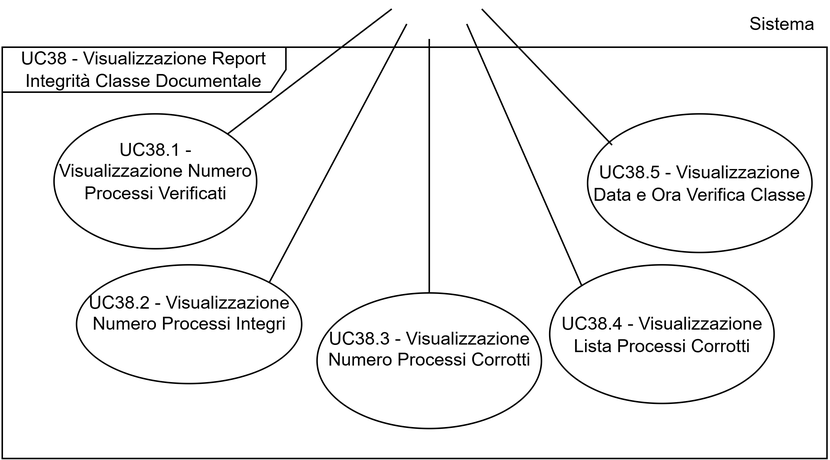
This is assets/uml/IncUC38.png from 7-ZPUs/Docs, a draw.io export, as it was before one commit. Source tidied: cells renumbered, new cells last; positions are measured from the earlier drawing's top-left corner, leaving out a move shared by most shapes.
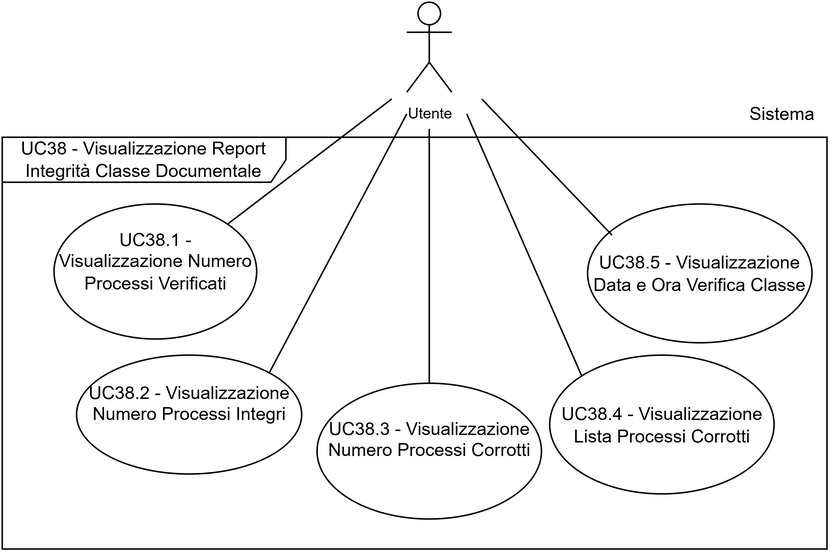
Later version of the same file.

Commit message:
modifica diagrammi

Diff of the diagram source:
```diff
@@ -10,43 +10,46 @@
         <mxPoint x="259.5" y="4.5" as="sourcePoint" />
       </mxGeometry>
     </mxCell>
-    <mxCell id="4" value="UC38 - Visualizzazione Report Integrità Classe Documentale" style="shape=umlFrame;whiteSpace=wrap;html=1;width=189;height=30;" parent="1" vertex="1">
-      <mxGeometry y="30" width="549.5" height="274.5" as="geometry" />
+    <mxCell id="4" value="&lt;font style=&quot;font-size: 10px;&quot;&gt;Utente&lt;/font&gt;" style="shape=umlActor;verticalLabelPosition=bottom;verticalAlign=top;html=1;" parent="1" vertex="1">
+      <mxGeometry x="269.5" y="-60" width="30" height="60" as="geometry" />
     </mxCell>
-    <mxCell id="5" value=" UC38.2 - Visualizzazione Numero Processi Integri&lt;div&gt;&lt;br/&gt;&lt;/div&gt;" style="ellipse;whiteSpace=wrap;html=1;" parent="1" vertex="1">
-      <mxGeometry x="49.5" y="175.2" width="150" height="79.2" as="geometry" />
+    <mxCell id="5" value="UC38 - Visualizzazione Report Integrità Classe Documentale" style="shape=umlFrame;whiteSpace=wrap;html=1;width=189;height=30;" parent="1" vertex="1">
+      <mxGeometry y="30" width="549.5" height="274.5" as="geometry" />
     </mxCell>
-    <mxCell id="6" style="rounded=0;jettySize=auto;html=1;entryX=1;entryY=0;entryDx=0;entryDy=0;strokeColor=default;endArrow=none;endFill=0;" parent="1" edge="1" target="5">
-      <mxGeometry relative="1" as="geometry">
-        <mxPoint x="269.5" y="14.5" as="sourcePoint" />
-      </mxGeometry>
+    <mxCell id="6" value=" UC38.2 - Visualizzazione Numero Processi Integri&lt;div&gt;&lt;br/&gt;&lt;/div&gt;" style="ellipse;whiteSpace=wrap;html=1;" parent="1" vertex="1">
+      <mxGeometry x="49.5" y="175.2" width="150" height="79.2" as="geometry" />
     </mxCell>
-    <mxCell id="7" value="UC38.3 - Visualizzazione Numero Processi Corrotti&lt;div&gt;&lt;br/&gt;&lt;/div&gt;" style="ellipse;whiteSpace=wrap;html=1;" parent="1" vertex="1">
-      <mxGeometry x="209.8" y="194" width="149.5" height="90.5" as="geometry" />
+    <mxCell id="7" style="rounded=0;jettySize=auto;html=1;entryX=1;entryY=0;entryDx=0;entryDy=0;strokeColor=default;endArrow=none;endFill=0;" parent="1" edge="1" target="6">
+      <mxGeometry relative="1" as="geometry">
+        <mxPoint x="269.5" y="14.5" as="sourcePoint" />
+      </mxGeometry>
     </mxCell>
-    <mxCell id="8" style="rounded=0;jettySize=auto;html=1;entryX=0.5;entryY=0;entryDx=0;entryDy=0;strokeColor=default;endArrow=none;endFill=0;" parent="1" edge="1" target="7">
-      <mxGeometry relative="1" as="geometry">
-        <mxPoint x="284.5" y="24.5" as="sourcePoint" />
-      </mxGeometry>
+    <mxCell id="8" value="UC38.3 - Visualizzazione Numero Processi Corrotti&lt;div&gt;&lt;br/&gt;&lt;/div&gt;" style="ellipse;whiteSpace=wrap;html=1;" parent="1" vertex="1">
+      <mxGeometry x="209.8" y="194" width="149.5" height="90.5" as="geometry" />
     </mxCell>
-    <mxCell id="9" value="&lt;font style=&quot;font-size: 12px;&quot;&gt;Sistema&lt;/font&gt;" style="text;html=1;whiteSpace=wrap;strokeColor=none;fillColor=none;align=center;verticalAlign=middle;rounded=0;fontSize=10;" parent="1" vertex="1">
-      <mxGeometry x="489.5" width="60" height="30" as="geometry" />
+    <mxCell id="9" style="rounded=0;jettySize=auto;html=1;entryX=0.5;entryY=0;entryDx=0;entryDy=0;strokeColor=default;endArrow=none;endFill=0;" parent="1" edge="1" target="8">
+      <mxGeometry relative="1" as="geometry">
+        <mxPoint x="284.5" y="24.5" as="sourcePoint" />
+      </mxGeometry>
     </mxCell>
-    <mxCell id="10" value="UC38.4 - Visualizzazione Lista Processi Corrotti" style="ellipse;whiteSpace=wrap;html=1;" parent="1" vertex="1">
-      <mxGeometry x="364.8" y="175.2" width="149.5" height="92.5" as="geometry" />
+    <mxCell id="10" value="&lt;font style=&quot;font-size: 12px;&quot;&gt;Sistema&lt;/font&gt;" style="text;html=1;whiteSpace=wrap;strokeColor=none;fillColor=none;align=center;verticalAlign=middle;rounded=0;fontSize=10;" parent="1" vertex="1">
+      <mxGeometry x="489.5" width="60" height="30" as="geometry" />
     </mxCell>
-    <mxCell id="11" style="rounded=0;jettySize=auto;html=1;strokeColor=default;endArrow=none;endFill=0;entryX=0;entryY=0;entryDx=0;entryDy=0;" parent="1" edge="1" target="10">
-      <mxGeometry relative="1" as="geometry">
-        <mxPoint x="309.5" y="14.5" as="sourcePoint" />
-      </mxGeometry>
+    <mxCell id="11" value="UC38.4 - Visualizzazione Lista Processi Corrotti" style="ellipse;whiteSpace=wrap;html=1;" parent="1" vertex="1">
+      <mxGeometry x="364.8" y="175.2" width="149.5" height="92.5" as="geometry" />
     </mxCell>
-    <mxCell id="12" value="UC38.5 - Visualizzazione Data e Ora Verifica Classe" style="ellipse;whiteSpace=wrap;html=1;" parent="1" vertex="1">
-      <mxGeometry x="390" y="74.5" width="149.5" height="92.5" as="geometry" />
+    <mxCell id="12" style="rounded=0;jettySize=auto;html=1;strokeColor=default;endArrow=none;endFill=0;entryX=0;entryY=0;entryDx=0;entryDy=0;" parent="1" edge="1" target="11">
+      <mxGeometry relative="1" as="geometry">
+        <mxPoint x="309.5" y="14.5" as="sourcePoint" />
+      </mxGeometry>
     </mxCell>
-    <mxCell id="13" style="rounded=0;jettySize=auto;html=1;entryX=0.109;entryY=0.225;entryDx=0;entryDy=0;strokeColor=default;endArrow=none;endFill=0;entryPerimeter=0;" parent="1" edge="1" target="12">
-      <mxGeometry relative="1" as="geometry">
-        <mxPoint x="319.5" y="4.5" as="sourcePoint" />
-      </mxGeometry>
+    <mxCell id="13" value="UC38.5 - Visualizzazione Data e Ora Verifica Classe" style="ellipse;whiteSpace=wrap;html=1;" parent="1" vertex="1">
+      <mxGeometry x="390" y="74.5" width="149.5" height="92.5" as="geometry" />
     </mxCell>
+    <mxCell id="14" style="rounded=0;jettySize=auto;html=1;entryX=0.109;entryY=0.225;entryDx=0;entryDy=0;strokeColor=default;endArrow=none;endFill=0;entryPerimeter=0;" parent="1" edge="1" target="13">
+      <mxGeometry relative="1" as="geometry">
+        <mxPoint x="319.5" y="4.5" as="sourcePoint" />
+      </mxGeometry>
+    </mxCell>
   </root>
 </mxGraphModel>
```
